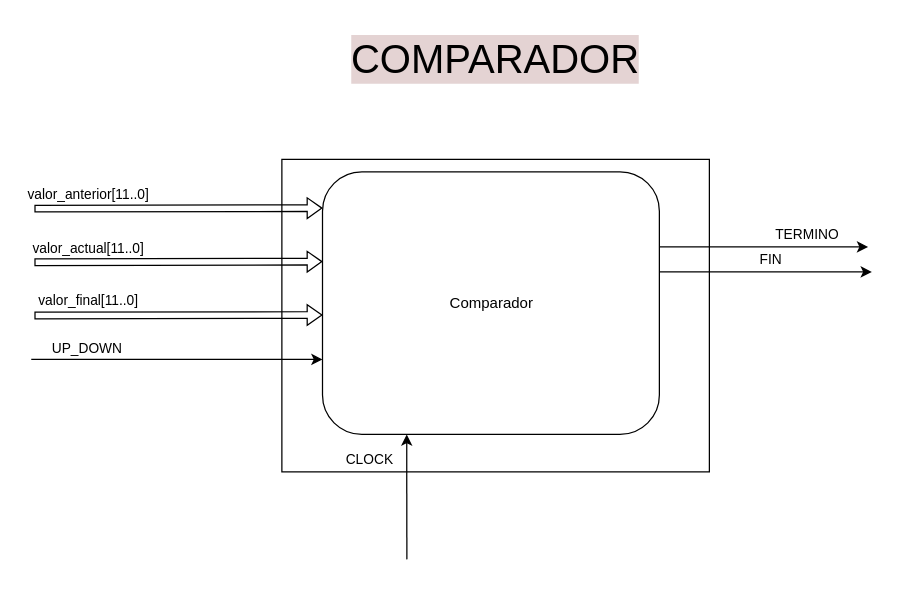
Before: page "Comparador" (5 of 6) of Integrador/Integrador.drawio in albertinap/IDL, a draw.io diagram. Source tidied: cells renumbered, new cells numbered last; positions are measured from the earlier drawing's top-left corner, leaving out a move shared by most shapes. Both pictures are drawn from the tidied source at 125%, with x=0, y=0 at pixel (31, 21).
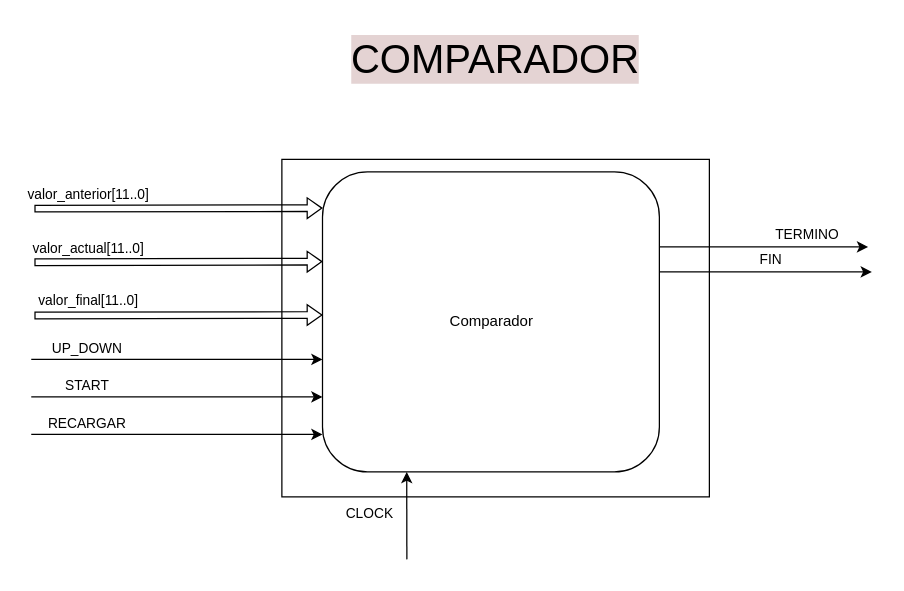
After the change.

Unchanged cells that the change refers to:
```xml
<mxCell id="14" style="endArrow=classic;html=1;rounded=0;entryX=0.25;entryY=1;entryDx=0;entryDy=0;" parent="1" edge="1" target="7">
  <mxGeometry relative="1" as="geometry">
    <mxPoint x="300" y="430" as="sourcePoint" />
  </mxGeometry>
</mxCell>
```

Diff of the diagram source:
```diff
@@
     <mxCell id="2" style="rounded=0;whiteSpace=wrap;html=1;" parent="1" vertex="1">
-      <mxGeometry x="200" y="110" width="342" height="250" as="geometry" />
+      <mxGeometry x="200" y="110" width="342" height="270" as="geometry" />
     </mxCell>
@@
     <mxCell id="7" value="Comparador" style="rounded=1;whiteSpace=wrap;html=1;" parent="1" vertex="1">
-      <mxGeometry x="232.5" y="120" width="269.5" height="210" as="geometry" />
+      <mxGeometry x="232.5" y="120" width="269.5" height="240" as="geometry" />
     </mxCell>
@@
     <mxCell id="15" value="CLOCK" style="edgeLabel;html=1;align=center;verticalAlign=middle;" parent="14" vertex="1">
       <mxGeometry x="-0.62" relative="1" as="geometry">
-        <mxPoint x="-30" y="-62" as="offset" />
+        <mxPoint x="-30" y="-25" as="offset" />
       </mxGeometry>
     </mxCell>
@@
+    <mxCell id="17" style="endArrow=classic;html=1;rounded=0;" parent="1" edge="1">
+      <mxGeometry relative="1" as="geometry">
+        <mxPoint x="-0.5" y="300" as="sourcePoint" />
+        <mxPoint x="232.5" y="300" as="targetPoint" />
+      </mxGeometry>
+    </mxCell>
+    <mxCell id="18" value="START" style="edgeLabel;html=1;align=center;verticalAlign=middle;" parent="17" vertex="1">
+      <mxGeometry x="-0.62" relative="1" as="geometry">
+        <mxPoint y="-10" as="offset" />
+      </mxGeometry>
+    </mxCell>
+    <mxCell id="19" style="endArrow=classic;html=1;rounded=0;" parent="1" edge="1">
+      <mxGeometry relative="1" as="geometry">
+        <mxPoint x="-0.5" y="330" as="sourcePoint" />
+        <mxPoint x="232.5" y="330" as="targetPoint" />
+      </mxGeometry>
+    </mxCell>
+    <mxCell id="20" value="RECARGAR" style="edgeLabel;html=1;align=center;verticalAlign=middle;" parent="19" vertex="1">
+      <mxGeometry x="-0.62" relative="1" as="geometry">
+        <mxPoint y="-10" as="offset" />
+      </mxGeometry>
+    </mxCell>
```
